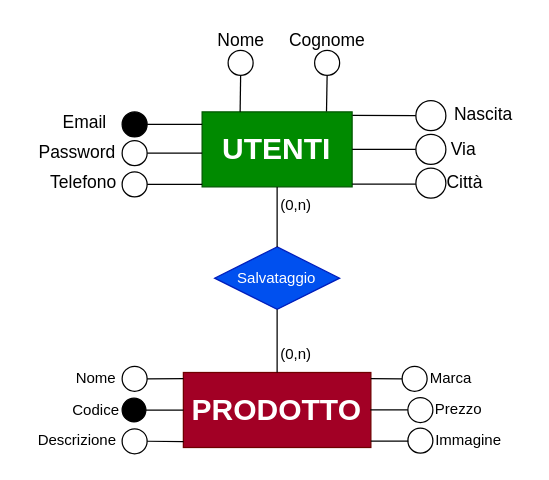
Above: Diagramma E-R Database/Zanini_Nathan_Diagramma_E-R_Database_Originale.drawio in 5GI-Zanini-Nathan-2023-2024/Tennis.com (draw.io), before the change. Source tidied: cells renumbered, new cells numbered last; positions are measured from the earlier drawing's top-left corner, leaving out a move shared by most shapes. Both pictures are drawn from the tidied source at 125%, with x=0, y=0 at pixel (20, 21).
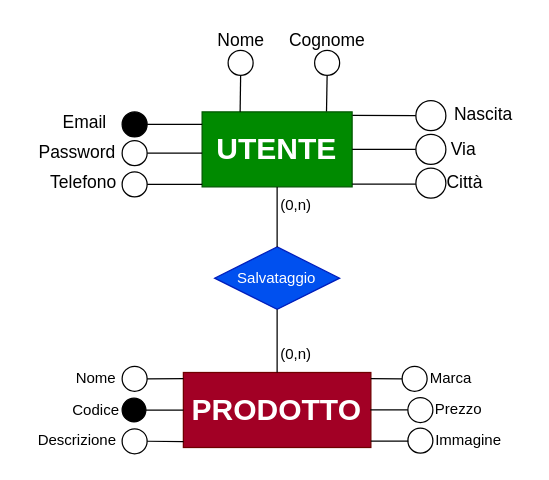
The same page after the edit.

What changed in the source:
```diff
@@
-    <mxCell id="2" value="&lt;b&gt;&lt;font style=&quot;font-size: 24px;&quot;&gt;UTENTI&lt;/font&gt;&lt;/b&gt;" style="rounded=0;whiteSpace=wrap;html=1;fillColor=#008a00;fontColor=#ffffff;strokeColor=#005700;" parent="1" vertex="1">
+    <mxCell id="2" value="&lt;b&gt;&lt;font style=&quot;font-size: 24px;&quot;&gt;UTENTE&lt;/font&gt;&lt;/b&gt;" style="rounded=0;whiteSpace=wrap;html=1;fillColor=#008a00;fontColor=#ffffff;strokeColor=#005700;" parent="1" vertex="1">
       <mxGeometry x="145.2" y="72" width="120" height="60" as="geometry" />
     </mxCell>
```
